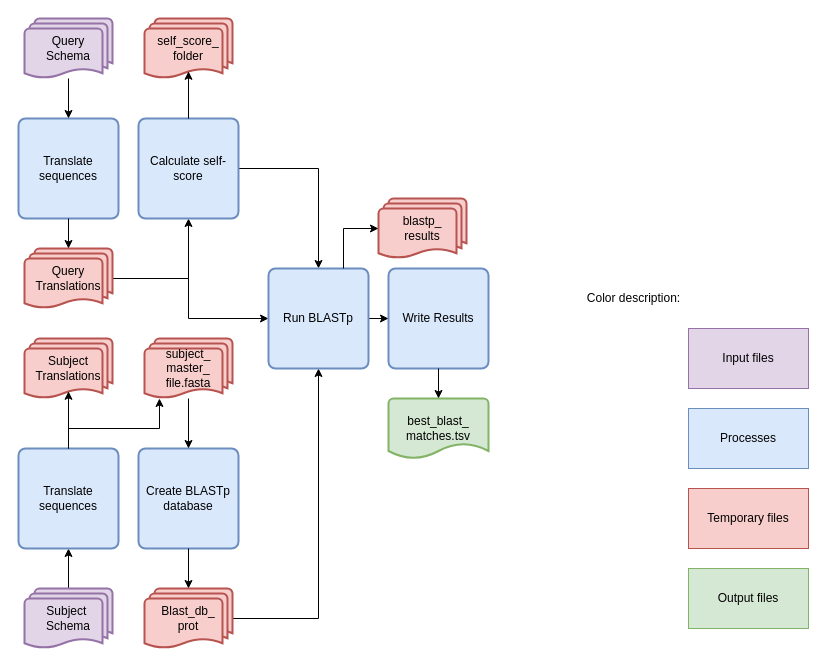
Before: SchemaRefinery/docs/SchemaRefinery/Modules/source/match_schemas.drawio in B-UMMI/Schema_Refinery, a draw.io diagram. Source tidied: cells renumbered, new cells numbered last; positions are measured from the earlier drawing's top-left corner, leaving out a move shared by most shapes. Both pictures are drawn from the tidied source at 100%, with x=0, y=0 at pixel (18, 18).
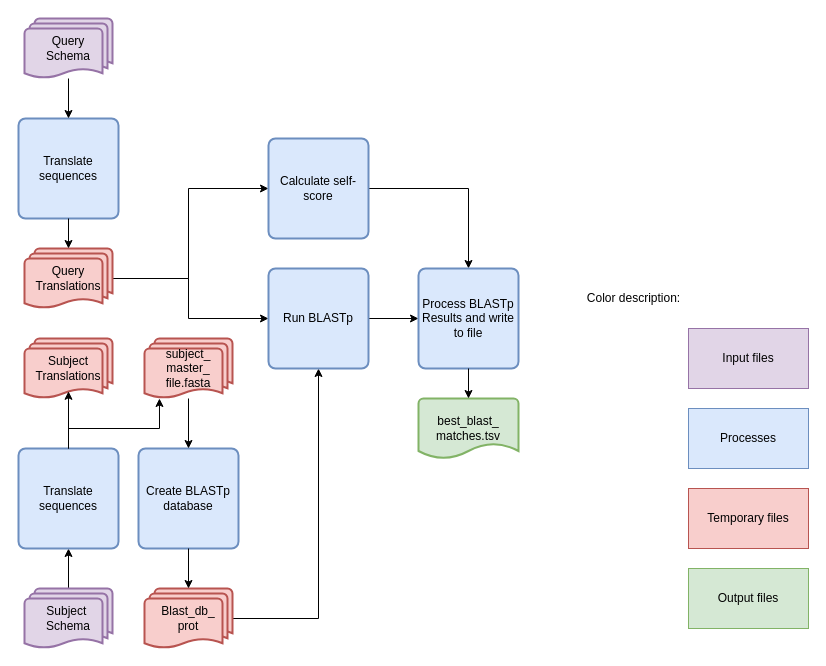
The same diagram, later.

The change refers to these unchanged cells:
```xml
<mxCell id="9" value="Query Translations" style="strokeWidth=2;html=1;shape=mxgraph.flowchart.multi-document;whiteSpace=wrap;fillColor=#f8cecc;strokeColor=#b85450;" parent="1" vertex="1">
  <mxGeometry x="6" y="230" width="88" height="60" as="geometry" />
</mxCell>
<mxCell id="18" value="Run BLASTp" style="rounded=1;whiteSpace=wrap;html=1;absoluteArcSize=1;arcSize=14;strokeWidth=2;fillColor=#dae8fc;strokeColor=#6c8ebf;" parent="1" vertex="1">
  <mxGeometry x="250" y="250" width="100" height="100" as="geometry" />
</mxCell>
```

What changed in the source:
```diff
@@
+    <mxCell id="8" style="edgeStyle=orthogonalEdgeStyle;rounded=0;jettySize=auto;html=1;entryX=0;entryY=0.5;entryDx=0;entryDy=0;" parent="1" edge="1" source="9" target="18">
+      <mxGeometry relative="1" as="geometry">
+        <Array as="points">
+          <mxPoint x="170" y="260" />
+          <mxPoint x="170" y="300" />
+        </Array>
+      </mxGeometry>
+    </mxCell>
-    <mxCell id="7" style="edgeStyle=orthogonalEdgeStyle;rounded=0;jettySize=auto;html=1;entryX=0.5;entryY=1;entryDx=0;entryDy=0;" parent="1" edge="1" source="9" target="12">
-      <mxGeometry relative="1" as="geometry" />
+    <mxCell id="7" style="edgeStyle=orthogonalEdgeStyle;rounded=0;jettySize=auto;html=1;entryX=0;entryY=0.5;entryDx=0;entryDy=0;" parent="1" edge="1" source="9" target="12">
+      <mxGeometry relative="1" as="geometry">
+        <Array as="points">
+          <mxPoint x="170" y="260" />
+          <mxPoint x="170" y="170" />
+        </Array>
+      </mxGeometry>
     </mxCell>
-    <mxCell id="8" style="edgeStyle=orthogonalEdgeStyle;rounded=0;jettySize=auto;html=1;entryX=0;entryY=0.5;entryDx=0;entryDy=0;" parent="1" edge="1" source="9" target="18">
-      <mxGeometry relative="1" as="geometry">
-        <Array as="points">
-          <mxPoint x="170" y="260" />
-          <mxPoint x="170" y="300" />
-        </Array>
-      </mxGeometry>
-    </mxCell>
@@
-    <mxCell id="11" style="edgeStyle=orthogonalEdgeStyle;rounded=0;jettySize=auto;html=1;entryX=0.5;entryY=0;entryDx=0;entryDy=0;" parent="1" edge="1" source="12" target="18">
-      <mxGeometry relative="1" as="geometry" />
-    </mxCell>
+    <mxCell id="37" style="edgeStyle=orthogonalEdgeStyle;rounded=0;jettySize=auto;html=1;entryX=0.5;entryY=0;entryDx=0;entryDy=0;" parent="1" edge="1" source="12" target="20">
+      <mxGeometry relative="1" as="geometry" />
+    </mxCell>
     <mxCell id="12" value="Calculate self-score" style="rounded=1;whiteSpace=wrap;html=1;absoluteArcSize=1;arcSize=14;strokeWidth=2;fillColor=#dae8fc;strokeColor=#6c8ebf;" parent="1" vertex="1">
-      <mxGeometry x="120" y="100" width="100" height="100" as="geometry" />
+      <mxGeometry x="250" y="120" width="100" height="100" as="geometry" />
     </mxCell>
-    <mxCell id="13" value="self_score_&lt;div&gt;folder&lt;/div&gt;" style="strokeWidth=2;html=1;shape=mxgraph.flowchart.multi-document;whiteSpace=wrap;fillColor=#f8cecc;strokeColor=#b85450;" parent="1" vertex="1">
-      <mxGeometry x="126" width="88" height="60" as="geometry" />
-    </mxCell>
@@
-    <mxCell id="19" value="blastp_&lt;div&gt;results&lt;/div&gt;" style="strokeWidth=2;html=1;shape=mxgraph.flowchart.multi-document;whiteSpace=wrap;fillColor=#f8cecc;strokeColor=#b85450;" parent="1" vertex="1">
-      <mxGeometry x="360" y="180" width="88" height="60" as="geometry" />
-    </mxCell>
-    <mxCell id="20" value="Write Results" style="rounded=1;whiteSpace=wrap;html=1;absoluteArcSize=1;arcSize=14;strokeWidth=2;fillColor=#dae8fc;strokeColor=#6c8ebf;" parent="1" vertex="1">
-      <mxGeometry x="370" y="250" width="100" height="100" as="geometry" />
+    <mxCell id="20" value="Process BLASTp Results and write to file" style="rounded=1;whiteSpace=wrap;html=1;absoluteArcSize=1;arcSize=14;strokeWidth=2;fillColor=#dae8fc;strokeColor=#6c8ebf;" parent="1" vertex="1">
+      <mxGeometry x="400" y="250" width="100" height="100" as="geometry" />
     </mxCell>
     <mxCell id="21" value="best_blast_&lt;div&gt;matches.tsv&lt;/div&gt;" style="strokeWidth=2;html=1;shape=mxgraph.flowchart.document2;whiteSpace=wrap;size=0.25;fillColor=#d5e8d4;strokeColor=#82b366;" parent="1" vertex="1">
-      <mxGeometry x="370" y="380" width="100" height="60" as="geometry" />
+      <mxGeometry x="400" y="380" width="100" height="60" as="geometry" />
     </mxCell>
@@
-    <mxCell id="25" style="edgeStyle=orthogonalEdgeStyle;rounded=0;jettySize=auto;html=1;entryX=0.5;entryY=0.88;entryDx=0;entryDy=0;entryPerimeter=0;" parent="1" edge="1" source="12" target="13">
-      <mxGeometry relative="1" as="geometry" />
-    </mxCell>
@@
-    <mxCell id="27" style="edgeStyle=orthogonalEdgeStyle;rounded=0;jettySize=auto;html=1;exitX=0.75;exitY=0;exitDx=0;exitDy=0;entryX=0;entryY=0.5;entryDx=0;entryDy=0;entryPerimeter=0;" parent="1" edge="1" source="18" target="19">
-      <mxGeometry relative="1" as="geometry" />
-    </mxCell>
```
